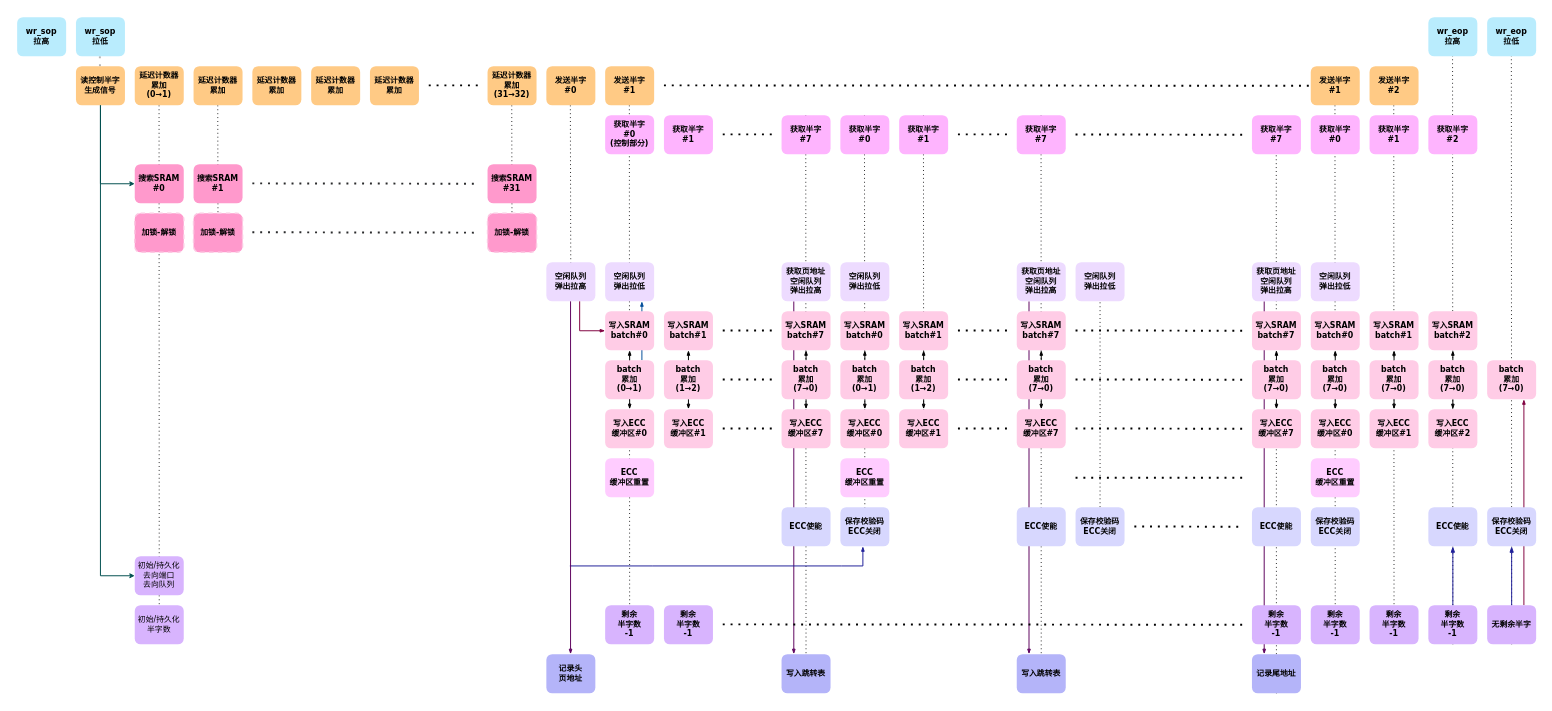
Before: 图8_逻辑流水线/图8_逻辑流水线.drawio in IceBear003/hydra, a draw.io diagram. Source tidied: cells renumbered, new cells numbered last; positions are measured from the earlier drawing's top-left corner, leaving out a move shared by most shapes. Both pictures are drawn from the tidied source at 98%, with x=0, y=0 at pixel (17, 17).
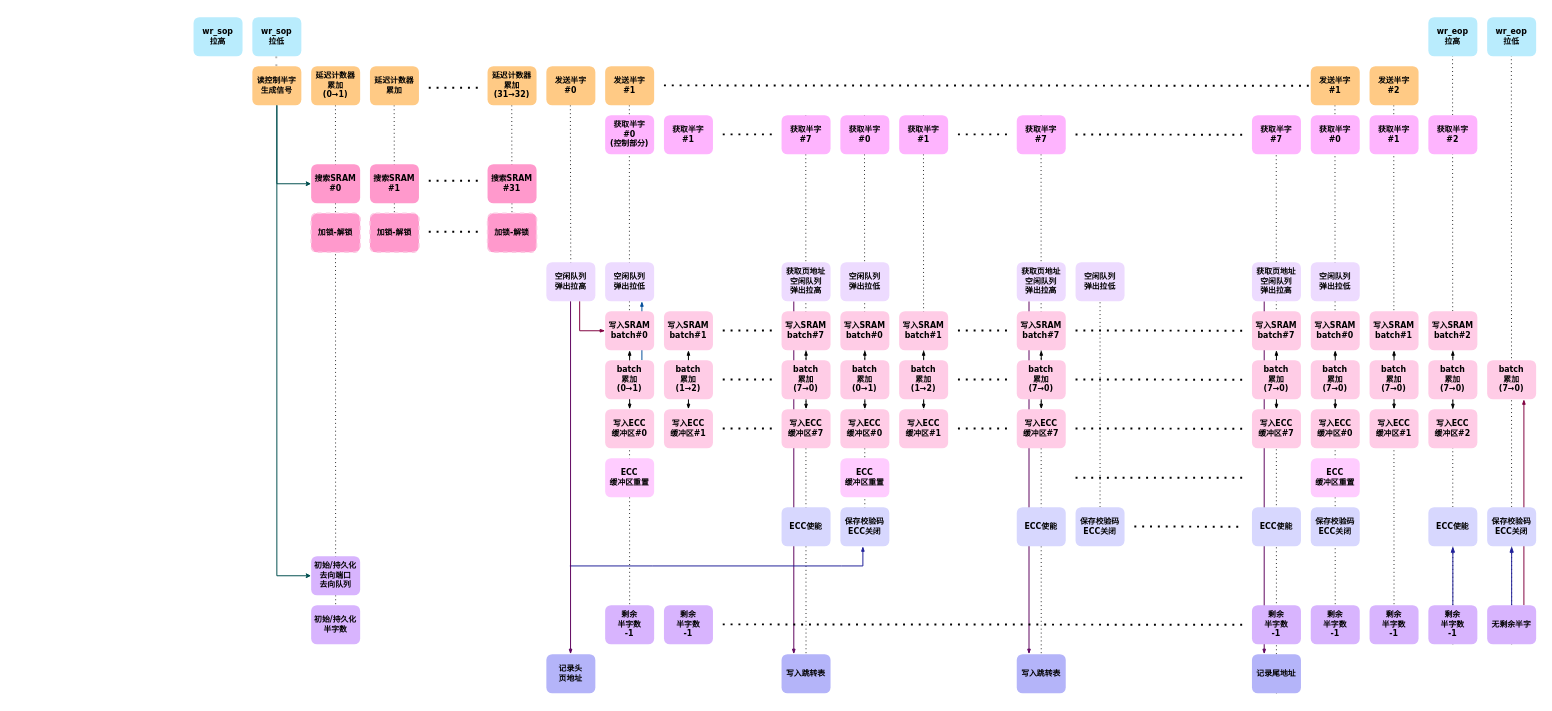
The same page after the edit.

Diff of the diagram source:
```diff
@@
     <mxCell id="2" style="endArrow=none;dashed=1;html=1;dashPattern=1 3;strokeWidth=2;rounded=0;fontStyle=1;strokeColor=#B5B5B5;" parent="1" edge="1">
       <mxGeometry relative="1" as="geometry">
-        <mxPoint x="84.4" y="40" as="sourcePoint" />
-        <mxPoint x="85" y="95" as="targetPoint" />
+        <mxPoint x="264.4" y="40" as="sourcePoint" />
+        <mxPoint x="265" y="95" as="targetPoint" />
       </mxGeometry>
     </mxCell>
@@
     <mxCell id="15" style="endArrow=none;dashed=1;html=1;dashPattern=1 3;strokeWidth=1;rounded=0;fontStyle=1;entryX=0.5;entryY=1;entryDx=0;entryDy=0;strokeColor=#2A2B2C;" parent="1" edge="1" target="158">
       <mxGeometry relative="1" as="geometry">
-        <mxPoint x="204.7" y="90" as="sourcePoint" />
+        <mxPoint x="384.7" y="90" as="sourcePoint" />
       </mxGeometry>
     </mxCell>
@@
     <mxCell id="17" style="endArrow=none;dashed=1;html=1;dashPattern=1 3;strokeWidth=1;rounded=0;fontStyle=1;entryX=0.5;entryY=1;entryDx=0;entryDy=0;strokeColor=#2A2B2C;" parent="1" edge="1" target="146">
       <mxGeometry relative="1" as="geometry">
-        <mxPoint x="144.8" y="90" as="sourcePoint" />
+        <mxPoint x="324.8" y="90" as="sourcePoint" />
       </mxGeometry>
     </mxCell>
@@
     <mxCell id="23" value="搜索SRAM&lt;br&gt;#0" style="rounded=1;whiteSpace=wrap;html=1;shadow=0;labelBackgroundColor=none;strokeWidth=1;fontFamily=Verdana;fontSize=8;align=center;fillColor=#FF99CC;fontStyle=1;strokeColor=none;" parent="1" vertex="1">
-      <mxGeometry x="120" y="150" width="50" height="40" as="geometry" />
+      <mxGeometry x="300" y="150" width="50" height="40" as="geometry" />
     </mxCell>
     <mxCell id="24" value="搜索SRAM&lt;br&gt;#1" style="rounded=1;whiteSpace=wrap;html=1;shadow=0;labelBackgroundColor=none;strokeWidth=1;fontFamily=Verdana;fontSize=8;align=center;fillColor=#FF99CC;fontStyle=1;strokeColor=none;" parent="1" vertex="1">
-      <mxGeometry x="180" y="150" width="50" height="40" as="geometry" />
+      <mxGeometry x="360" y="150" width="50" height="40" as="geometry" />
     </mxCell>
@@
-    <mxCell id="26" style="endArrow=none;dashed=1;html=1;dashPattern=1 3;strokeWidth=2;rounded=0;fontStyle=1;strokeColor=#2A2B2C;" parent="1" edge="1">
-      <mxGeometry relative="1" as="geometry">
-        <mxPoint x="240" y="169.6" as="sourcePoint" />
-        <mxPoint x="470" y="170" as="targetPoint" />
-      </mxGeometry>
-    </mxCell>
@@
     <mxCell id="77" value="加锁-解锁" style="rounded=1;whiteSpace=wrap;html=1;shadow=0;labelBackgroundColor=none;strokeWidth=1.5;fontFamily=Verdana;fontSize=8;align=center;dashed=1;fillColor=#FF99CC;fontStyle=1;strokeColor=#FCC9E3;glass=0;" parent="1" vertex="1">
-      <mxGeometry x="120" y="200" width="50" height="40" as="geometry" />
+      <mxGeometry x="300" y="200" width="50" height="40" as="geometry" />
     </mxCell>
     <mxCell id="78" value="wr_sop&lt;br&gt;拉高" style="rounded=1;whiteSpace=wrap;html=1;shadow=0;labelBackgroundColor=none;strokeWidth=1;fontFamily=Verdana;fontSize=8;align=center;fillColor=#B9ECFD;fontStyle=1;strokeColor=none;" parent="1" vertex="1">
-      <mxGeometry width="50" height="40" as="geometry" />
+      <mxGeometry x="180" width="50" height="40" as="geometry" />
     </mxCell>
     <mxCell id="79" value="wr_sop&lt;div&gt;拉低&lt;/div&gt;" style="rounded=1;whiteSpace=wrap;html=1;shadow=0;labelBackgroundColor=none;strokeWidth=1;fontFamily=Verdana;fontSize=8;align=center;fillColor=#B9ECFD;fontStyle=1;strokeColor=none;" parent="1" vertex="1">
-      <mxGeometry x="60" width="50" height="40" as="geometry" />
+      <mxGeometry x="240" width="50" height="40" as="geometry" />
     </mxCell>
@@
     <mxCell id="121" value="延迟计数器&lt;br&gt;累加&lt;br&gt;(0→1)" style="rounded=1;whiteSpace=wrap;html=1;shadow=0;labelBackgroundColor=none;strokeWidth=1;fontFamily=Verdana;fontSize=8;align=center;fillColor=#FFCA85;fontStyle=1;strokeColor=none;" parent="1" vertex="1">
-      <mxGeometry x="120" y="50" width="50" height="40" as="geometry" />
+      <mxGeometry x="300" y="50" width="50" height="40" as="geometry" />
     </mxCell>
     <mxCell id="122" value="延迟计数器&lt;br&gt;累加" style="rounded=1;whiteSpace=wrap;html=1;shadow=0;labelBackgroundColor=none;strokeWidth=1;fontFamily=Verdana;fontSize=8;align=center;fillColor=#FFCA85;fontStyle=1;strokeColor=none;" parent="1" vertex="1">
-      <mxGeometry x="180" y="50" width="50" height="40" as="geometry" />
+      <mxGeometry x="360" y="50" width="50" height="40" as="geometry" />
     </mxCell>
     <mxCell id="123" style="endArrow=none;dashed=1;html=1;dashPattern=1 3;strokeWidth=2;rounded=0;fontStyle=1;" parent="1" edge="1">
       <mxGeometry relative="1" as="geometry">
-        <mxPoint x="420" y="69.6" as="sourcePoint" />
-        <mxPoint x="470" y="69.6" as="targetPoint" />
+        <mxPoint x="420" y="167" as="sourcePoint" />
+        <mxPoint x="470" y="167" as="targetPoint" />
       </mxGeometry>
     </mxCell>
@@
     <mxCell id="125" value="读控制半字&lt;br&gt;生成信号" style="rounded=1;whiteSpace=wrap;html=1;shadow=0;labelBackgroundColor=none;strokeWidth=1;fontFamily=Verdana;fontSize=8;align=center;fillColor=#FFCA85;fontStyle=1;strokeColor=none;" parent="1" vertex="1">
-      <mxGeometry x="60" y="50" width="50" height="40" as="geometry" />
+      <mxGeometry x="240" y="50" width="50" height="40" as="geometry" />
     </mxCell>
     <mxCell id="126" style="endArrow=classic;html=1;rounded=0;exitX=0.5;exitY=1;exitDx=0;exitDy=0;entryX=0;entryY=0.5;entryDx=0;entryDy=0;strokeColor=#004F4F;endSize=3;" parent="1" edge="1" source="125" target="23">
       <mxGeometry relative="1" as="geometry">
         <Array as="points">
-          <mxPoint x="85" y="170" />
+          <mxPoint x="265" y="170" />
         </Array>
       </mxGeometry>
     </mxCell>
@@
     <mxCell id="129" style="endArrow=classic;html=1;rounded=0;exitX=0.5;exitY=1;exitDx=0;exitDy=0;entryX=0;entryY=0.5;entryDx=0;entryDy=0;strokeColor=#004F4F;endSize=3;" parent="1" edge="1" target="130">
       <mxGeometry relative="1" as="geometry">
-        <mxPoint x="85" y="90" as="sourcePoint" />
+        <mxPoint x="265" y="90" as="sourcePoint" />
         <Array as="points">
-          <mxPoint x="85" y="170" />
-          <mxPoint x="85" y="570" />
+          <mxPoint x="265" y="170" />
+          <mxPoint x="265" y="570" />
         </Array>
       </mxGeometry>
     </mxCell>
-    <mxCell id="130" value="初始/持久化&lt;br&gt;去向端口&lt;br&gt;去向队列" style="rounded=1;whiteSpace=wrap;html=1;shadow=0;labelBackgroundColor=none;strokeWidth=1;fontFamily=Verdana;fontSize=8;align=center;fillColor=#D8B4FE;strokeColor=none;" parent="1" vertex="1">
-      <mxGeometry x="120" y="550" width="50" height="40" as="geometry" />
+    <mxCell id="130" value="初始/持久化&lt;br&gt;去向端口&lt;br&gt;去向队列" style="rounded=1;whiteSpace=wrap;html=1;shadow=0;labelBackgroundColor=none;strokeWidth=1;fontFamily=Verdana;fontSize=8;align=center;fillColor=#D8B4FE;strokeColor=none;fontStyle=1;" parent="1" vertex="1">
+      <mxGeometry x="300" y="550" width="50" height="40" as="geometry" />
     </mxCell>
@@
-    <mxCell id="146" value="初始/持久化&lt;br&gt;半字数" style="rounded=1;whiteSpace=wrap;html=1;shadow=0;labelBackgroundColor=none;strokeWidth=1;fontFamily=Verdana;fontSize=8;align=center;fillColor=#D8B4FE;strokeColor=none;" parent="1" vertex="1">
-      <mxGeometry x="120" y="600" width="50" height="40" as="geometry" />
+    <mxCell id="146" value="初始/持久化&lt;br&gt;半字数" style="rounded=1;whiteSpace=wrap;html=1;shadow=0;labelBackgroundColor=none;strokeWidth=1;fontFamily=Verdana;fontSize=8;align=center;fillColor=#D8B4FE;strokeColor=none;fontStyle=1;" parent="1" vertex="1">
+      <mxGeometry x="300" y="600" width="50" height="40" as="geometry" />
     </mxCell>
-    <mxCell id="147" style="endArrow=none;dashed=1;html=1;dashPattern=1 3;strokeWidth=2;rounded=0;fontStyle=1;strokeColor=#2A2B2C;" parent="1" edge="1">
-      <mxGeometry relative="1" as="geometry">
-        <mxPoint x="240" y="219.5" as="sourcePoint" />
-        <mxPoint x="470" y="219.9" as="targetPoint" />
-      </mxGeometry>
-    </mxCell>
-    <mxCell id="148" value="延迟计数器&lt;br&gt;累加" style="rounded=1;whiteSpace=wrap;html=1;shadow=0;labelBackgroundColor=none;strokeWidth=1;fontFamily=Verdana;fontSize=8;align=center;fillColor=#FFCA85;fontStyle=1;strokeColor=none;" parent="1" vertex="1">
-      <mxGeometry x="240" y="50" width="50" height="40" as="geometry" />
-    </mxCell>
-    <mxCell id="149" value="延迟计数器&lt;br&gt;累加" style="rounded=1;whiteSpace=wrap;html=1;shadow=0;labelBackgroundColor=none;strokeWidth=1;fontFamily=Verdana;fontSize=8;align=center;fillColor=#FFCA85;fontStyle=1;strokeColor=none;" parent="1" vertex="1">
-      <mxGeometry x="300" y="50" width="50" height="40" as="geometry" />
-    </mxCell>
-    <mxCell id="150" value="延迟计数器&lt;br&gt;累加" style="rounded=1;whiteSpace=wrap;html=1;shadow=0;labelBackgroundColor=none;strokeWidth=1;fontFamily=Verdana;fontSize=8;align=center;fillColor=#FFCA85;fontStyle=1;strokeColor=none;" parent="1" vertex="1">
-      <mxGeometry x="360" y="50" width="50" height="40" as="geometry" />
-    </mxCell>
@@
     <mxCell id="158" value="加锁-解锁" style="rounded=1;whiteSpace=wrap;html=1;shadow=0;labelBackgroundColor=none;strokeWidth=1.5;fontFamily=Verdana;fontSize=8;align=center;dashed=1;fillColor=#FF99CC;fontStyle=1;strokeColor=#FCC9E3;glass=0;" parent="1" vertex="1">
-      <mxGeometry x="180" y="200" width="50" height="40" as="geometry" />
+      <mxGeometry x="360" y="200" width="50" height="40" as="geometry" />
     </mxCell>
@@
+    <mxCell id="163" style="endArrow=none;dashed=1;html=1;dashPattern=1 3;strokeWidth=2;rounded=0;fontStyle=1;" parent="1" edge="1">
+      <mxGeometry relative="1" as="geometry">
+        <mxPoint x="420" y="219" as="sourcePoint" />
+        <mxPoint x="470" y="219" as="targetPoint" />
+      </mxGeometry>
+    </mxCell>
+    <mxCell id="164" style="endArrow=none;dashed=1;html=1;dashPattern=1 3;strokeWidth=2;rounded=0;fontStyle=1;" parent="1" edge="1">
+      <mxGeometry relative="1" as="geometry">
+        <mxPoint x="420" y="72" as="sourcePoint" />
+        <mxPoint x="470" y="72" as="targetPoint" />
+      </mxGeometry>
+    </mxCell>
```
